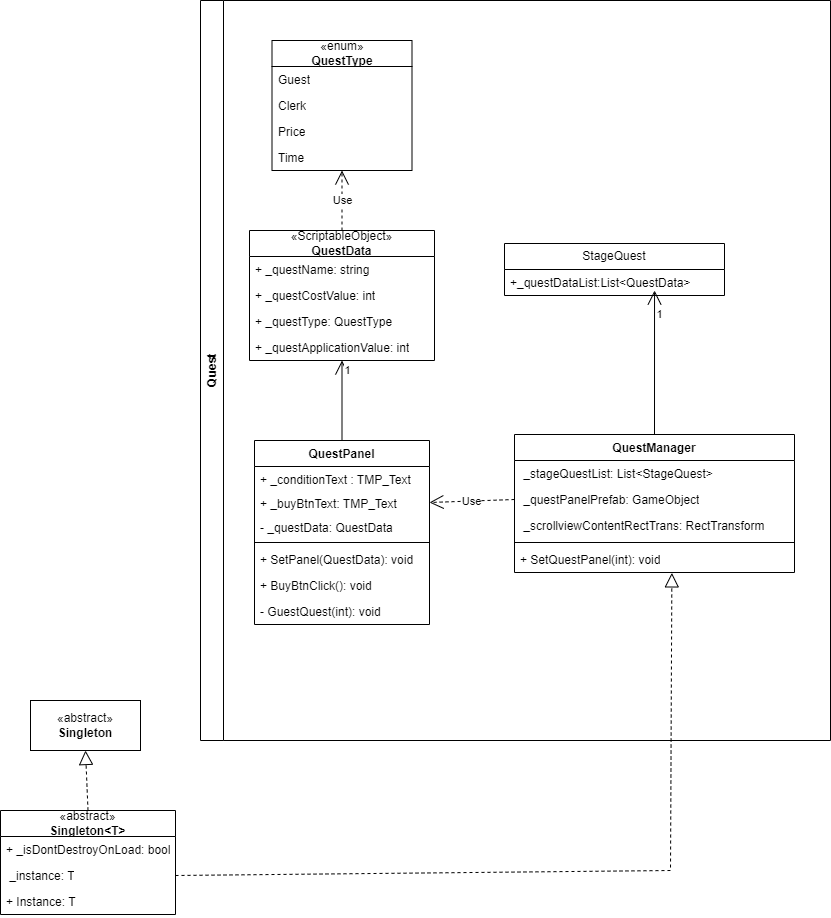
Before: Restaurant_Tycoon.drawio.png, a diagram exported from draw.io (jiye-stingray/Restaurant_Tycoon). Source tidied: cells renumbered, new cells last; positions are measured from the earlier drawing's top-left corner, leaving out a move shared by most shapes.
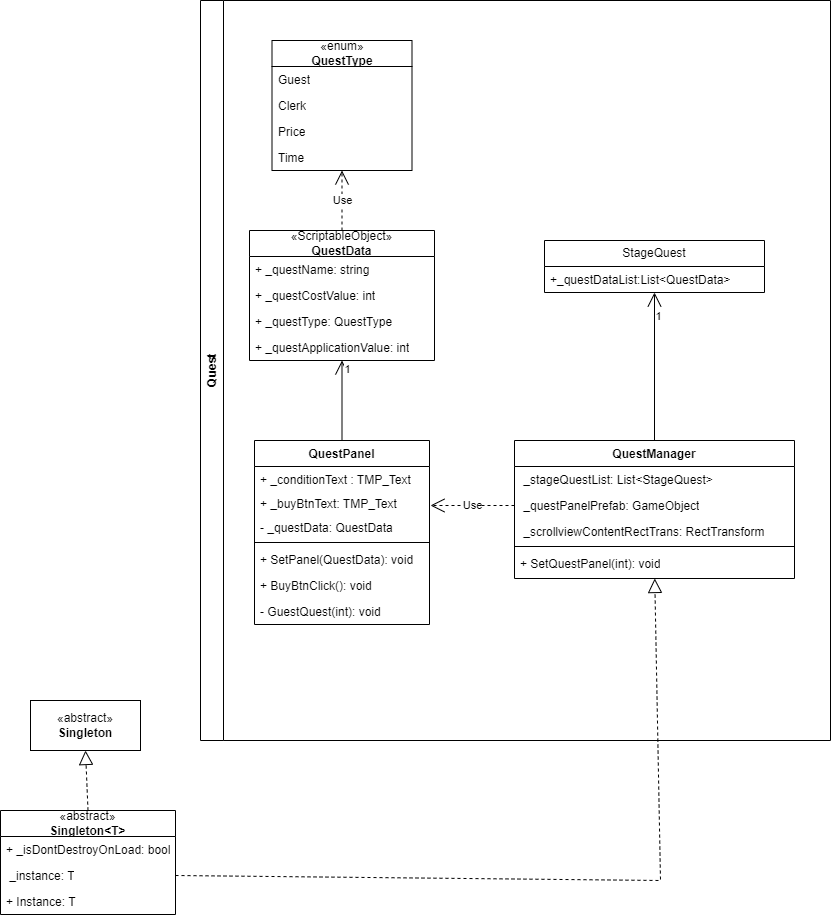
Above is the later version.

The edit, as a diff of the source:
```diff
@@ -45,7 +45,7 @@
       <mxGeometry y="158" width="175" height="26" as="geometry" />
     </mxCell>
     <mxCell id="16" value="QuestManager" style="swimlane;fontStyle=1;align=center;verticalAlign=top;horizontal=1;startSize=26;whiteSpace=wrap;html=1;" parent="2" vertex="1">
-      <mxGeometry x="314" y="434" width="280" height="138" as="geometry" />
+      <mxGeometry x="314" y="440" width="280" height="138" as="geometry" />
     </mxCell>
     <mxCell id="17" value="&amp;nbsp;_stageQuestList: List&amp;lt;StageQuest&amp;gt;" style="text;strokeColor=none;fillColor=none;align=left;verticalAlign=top;spacingLeft=4;spacingRight=4;overflow=hidden;whiteSpace=wrap;html=1;" parent="16" vertex="1">
       <mxGeometry y="26" width="280" height="26" as="geometry" />
@@ -54,16 +54,16 @@
       <mxGeometry y="52" width="280" height="26" as="geometry" />
     </mxCell>
     <mxCell id="19" value="&amp;nbsp;_scrollviewContentRectTrans: RectTransform" style="text;strokeColor=none;fillColor=none;align=left;verticalAlign=top;spacingLeft=4;spacingRight=4;overflow=hidden;whiteSpace=wrap;html=1;" parent="16" vertex="1">
-      <mxGeometry y="78" width="280" height="26" as="geometry" />
+      <mxGeometry y="78" width="280" height="24" as="geometry" />
     </mxCell>
     <mxCell id="20" style="line;strokeWidth=1;fillColor=none;align=left;verticalAlign=middle;spacingTop=-1;spacingLeft=3;spacingRight=3;labelPosition=right;strokeColor=inherit;" parent="16" vertex="1">
-      <mxGeometry y="104" width="280" height="8" as="geometry" />
+      <mxGeometry y="102" width="280" height="8" as="geometry" />
     </mxCell>
     <mxCell id="21" value="+ SetQuestPanel(int): void" style="text;strokeColor=none;fillColor=none;align=left;verticalAlign=top;spacingLeft=4;spacingRight=4;overflow=hidden;points=[[0,0.5],[1,0.5]];portConstraint=eastwest;whiteSpace=wrap;html=1;" parent="16" vertex="1">
-      <mxGeometry y="112" width="280" height="26" as="geometry" />
+      <mxGeometry y="110" width="280" height="28" as="geometry" />
     </mxCell>
     <mxCell id="22" value="StageQuest" style="swimlane;fontStyle=0;horizontal=1;startSize=26;fillColor=none;whiteSpace=wrap;html=1;" parent="2" vertex="1">
-      <mxGeometry x="304" y="243" width="220" height="52" as="geometry" />
+      <mxGeometry x="344" y="240" width="220" height="52" as="geometry" />
     </mxCell>
     <mxCell id="23" value="+_questDataList:List&amp;lt;QuestData&amp;gt;" style="text;strokeColor=none;fillColor=none;align=left;verticalAlign=top;spacingLeft=4;spacingRight=4;overflow=hidden;points=[[0,0.5],[1,0.5]];portConstraint=eastwest;whiteSpace=wrap;html=1;" parent="22" vertex="1">
       <mxGeometry y="26" width="220" height="26" as="geometry" />
@@ -74,14 +74,16 @@
     <mxCell id="25" value="1" style="edgeLabel;html=1;align=center;verticalAlign=middle;" parent="24" vertex="1">
       <mxGeometry x="0.77" y="-5" relative="1" as="geometry" />
     </mxCell>
-    <mxCell id="26" style="endArrow=open;endFill=1;endSize=12;html=1;rounded=0;exitX=0.5;exitY=0;exitDx=0;exitDy=0;entryX=0.682;entryY=0.808;entryDx=0;entryDy=0;entryPerimeter=0;" parent="2" edge="1" source="16" target="23">
+    <mxCell id="26" style="endArrow=open;endFill=1;endSize=12;html=1;rounded=0;exitX=0.5;exitY=0;exitDx=0;exitDy=0;" parent="2" edge="1" source="16" target="23">
       <mxGeometry relative="1" as="geometry" />
     </mxCell>
     <mxCell id="27" value="1" style="edgeLabel;html=1;align=center;verticalAlign=middle;" parent="26" vertex="1">
       <mxGeometry x="0.69" y="-4" relative="1" as="geometry" />
     </mxCell>
-    <mxCell id="28" value="Use" style="endArrow=open;endSize=12;dashed=1;html=1;rounded=0;exitX=0;exitY=0.5;exitDx=0;exitDy=0;entryX=1;entryY=0.5;entryDx=0;entryDy=0;" parent="2" edge="1" source="18" target="10">
-      <mxGeometry relative="1" as="geometry" />
+    <mxCell id="28" value="Use" style="endArrow=open;endSize=12;dashed=1;html=1;rounded=0;exitX=0;exitY=0.5;exitDx=0;exitDy=0;" parent="2" edge="1" source="18">
+      <mxGeometry relative="1" as="geometry">
+        <mxPoint x="230" y="505" as="targetPoint" />
+      </mxGeometry>
     </mxCell>
     <mxCell id="29" value="«enum»&lt;br style=&quot;border-color: var(--border-color);&quot;&gt;&lt;b style=&quot;border-color: var(--border-color);&quot;&gt;QuestType&lt;br&gt;&lt;/b&gt;" style="swimlane;fontStyle=0;horizontal=1;startSize=26;fillColor=none;whiteSpace=wrap;html=1;" parent="2" vertex="1">
       <mxGeometry x="71.5" y="40" width="140" height="130" as="geometry" />
@@ -119,10 +121,10 @@
     <mxCell id="40" value="+ Instance: T" style="text;strokeColor=none;fillColor=none;align=left;verticalAlign=top;spacingLeft=4;spacingRight=4;overflow=hidden;whiteSpace=wrap;html=1;" parent="37" vertex="1">
       <mxGeometry y="78" width="175" height="26" as="geometry" />
     </mxCell>
-    <mxCell id="41" style="endArrow=block;dashed=1;endFill=0;endSize=12;html=1;rounded=0;exitX=1;exitY=0.5;exitDx=0;exitDy=0;entryX=0.562;entryY=1.015;entryDx=0;entryDy=0;entryPerimeter=0;" parent="1" edge="1" source="39" target="21">
+    <mxCell id="41" style="endArrow=block;dashed=1;endFill=0;endSize=12;html=1;rounded=0;exitX=1;exitY=0.5;exitDx=0;exitDy=0;" parent="1" edge="1" source="39" target="21">
       <mxGeometry relative="1" as="geometry">
         <Array as="points">
-          <mxPoint x="670" y="870" />
+          <mxPoint x="660" y="880" />
         </Array>
       </mxGeometry>
     </mxCell>
```
